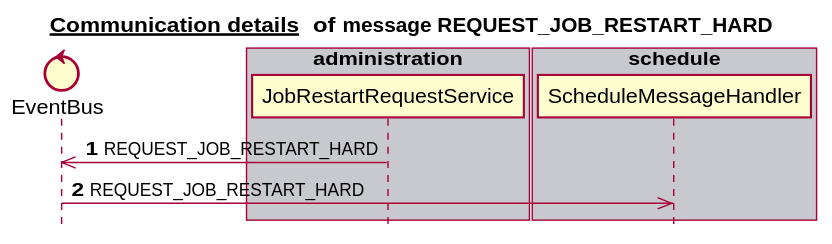
Before: docs/latest/images/gen_domain_messaging_request_job_restart_hard.svg, a diagram exported from PlantUML (mercedes-benz/sechub). Source of this version:
```plantuml
@startuml


title __Communication details __ of **message REQUEST_JOB_RESTART_HARD**
skinparam style strictuml


control EventBus
box "scan" #C8C8CF
end box
box "authorization" #F8F8FF
end box
box "administration" #C8C8CF
   participant JobRestartRequestService
end box
box "notification" #F8F8FF
end box
box "schedule" #C8C8CF
   participant ScheduleMessageHandler
end box
autonumber 1
JobRestartRequestService ->> EventBus:REQUEST_JOB_RESTART_HARD
EventBus ->> ScheduleMessageHandler:REQUEST_JOB_RESTART_HARD
autonumber stop


@enduml
```
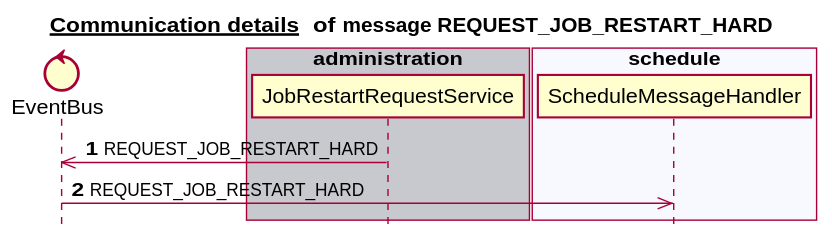
The same file after the commit.

Diff of the diagram source:
```diff
@@ -6,17 +6,17 @@
 
 
 control EventBus
-box "scan" #C8C8CF
+box "notification" #C8C8CF
 end box
 box "authorization" #F8F8FF
 end box
 box "administration" #C8C8CF
    participant JobRestartRequestService
 end box
-box "notification" #F8F8FF
+box "schedule" #F8F8FF
+   participant ScheduleMessageHandler
 end box
-box "schedule" #C8C8CF
-   participant ScheduleMessageHandler
+box "scan" #C8C8CF
 end box
 autonumber 1
 JobRestartRequestService ->> EventBus:REQUEST_JOB_RESTART_HARD
```
